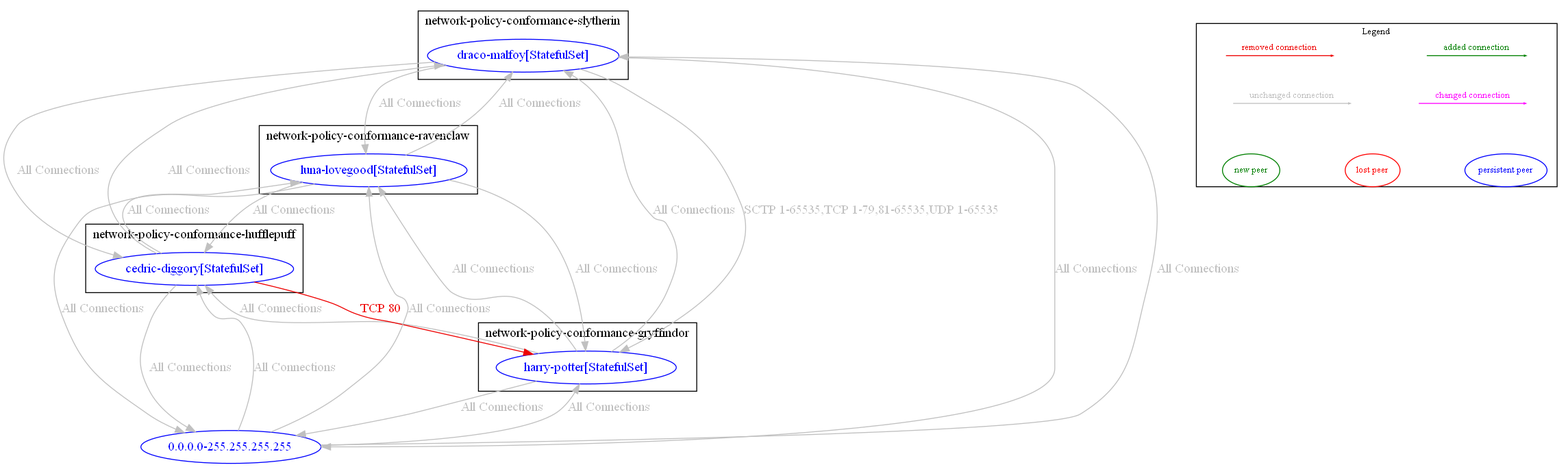
Before: test_outputs/diff/diff_between_banp_test_core_ingress_tcp_swapping_rules_and_banp_test_core_ingress_tcp_rules.dot.png, a diagram exported from Graphviz (np-guard/netpol-analyzer). Its source is kept beside it as test_outputs/diff/diff_between_banp_test_core_ingress_tcp_swapping_rules_and_banp_test_core_ingress_tcp_rules.dot.
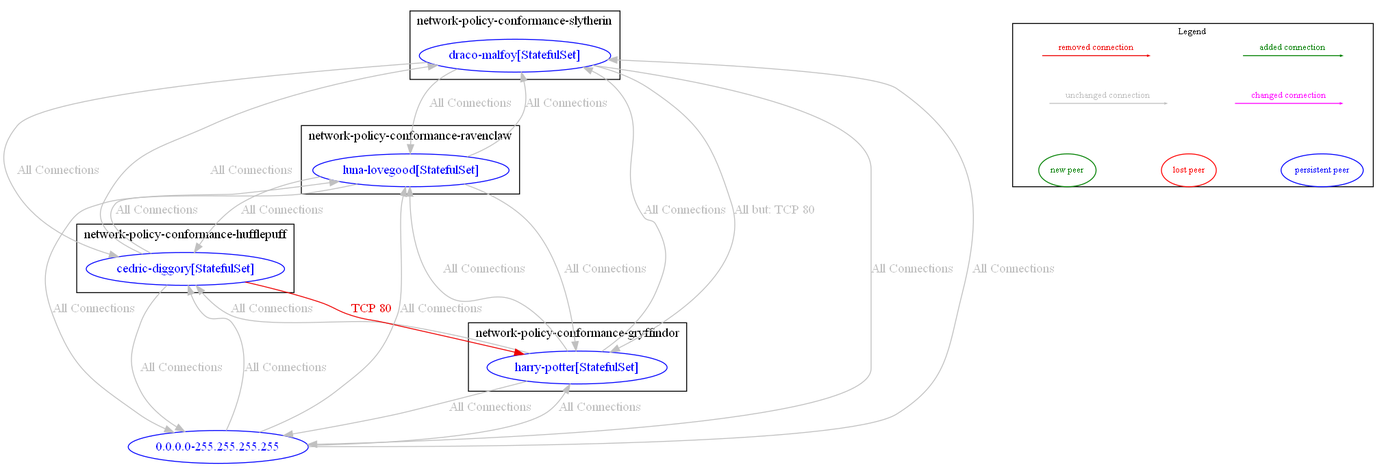
The same diagram one commit later.

The edit, as a diff of the source:
```diff
@@ -41,7 +41,7 @@
 	"network-policy-conformance-ravenclaw/luna-lovegood[StatefulSet]" -> "network-policy-conformance-hufflepuff/cedric-diggory[StatefulSet]" [label="All Connections" color="grey" fontcolor="grey" weight=1]
 	"network-policy-conformance-ravenclaw/luna-lovegood[StatefulSet]" -> "network-policy-conformance-slytherin/draco-malfoy[StatefulSet]" [label="All Connections" color="grey" fontcolor="grey" weight=0.5]
 	"network-policy-conformance-slytherin/draco-malfoy[StatefulSet]" -> "0.0.0.0-255.255.255.255" [label="All Connections" color="grey" fontcolor="grey" weight=1]
-	"network-policy-conformance-slytherin/draco-malfoy[StatefulSet]" -> "network-policy-conformance-gryffindor/harry-potter[StatefulSet]" [label="SCTP 1-65535,TCP 1-79,81-65535,UDP 1-65535" color="grey" fontcolor="grey" weight=1]
+	"network-policy-conformance-slytherin/draco-malfoy[StatefulSet]" -> "network-policy-conformance-gryffindor/harry-potter[StatefulSet]" [label="All but: TCP 80" color="grey" fontcolor="grey" weight=1]
 	"network-policy-conformance-slytherin/draco-malfoy[StatefulSet]" -> "network-policy-conformance-hufflepuff/cedric-diggory[StatefulSet]" [label="All Connections" color="grey" fontcolor="grey" weight=1]
 	"network-policy-conformance-slytherin/draco-malfoy[StatefulSet]" -> "network-policy-conformance-ravenclaw/luna-lovegood[StatefulSet]" [label="All Connections" color="grey" fontcolor="grey" weight=1]
 	nodesep=0.5
```
